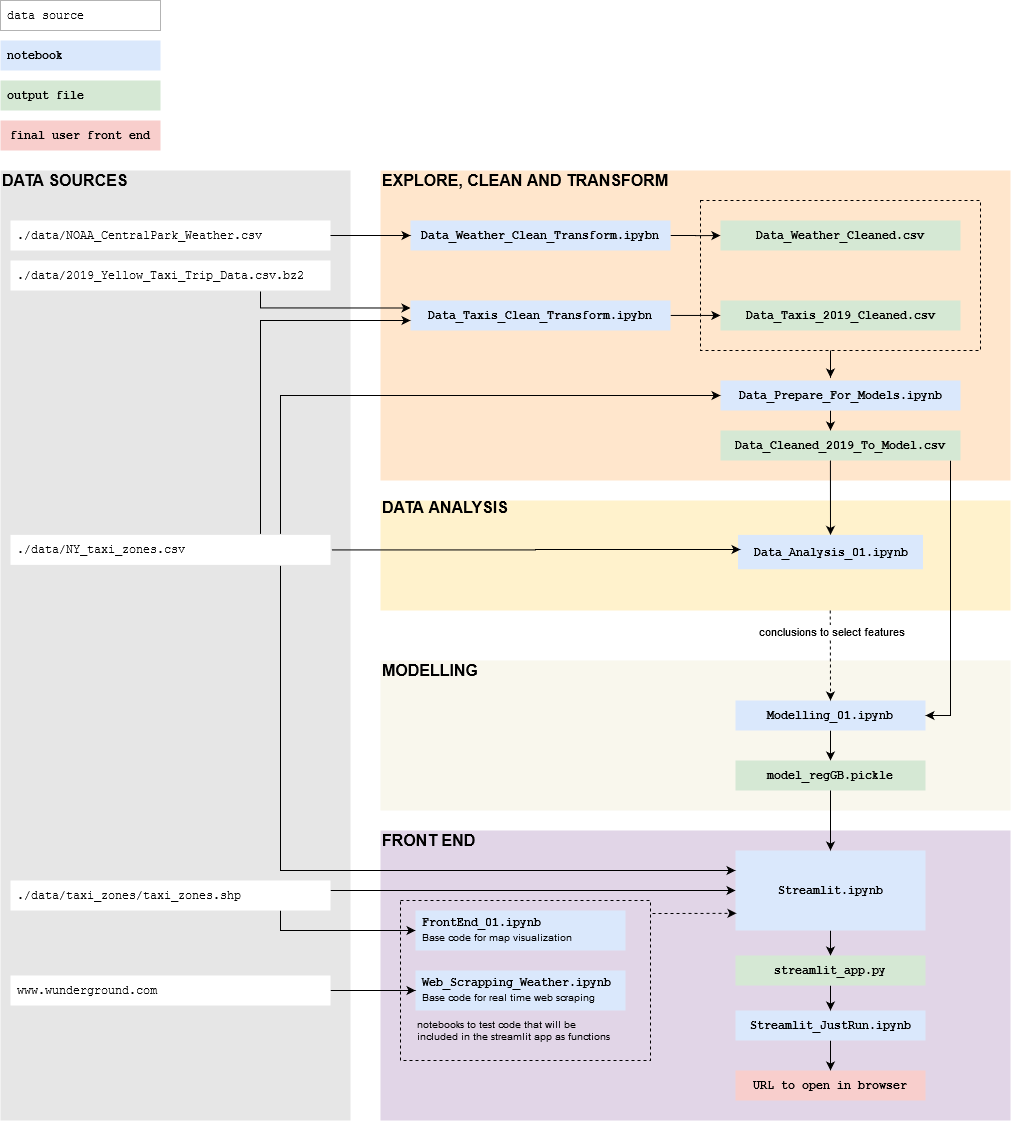
Earlier version of the draw.io export img/Methodology_Diagram.png (angelrps/MasterDataScience_FinalProject). Source tidied: cells renumbered, new cells last; positions are measured from the earlier drawing's top-left corner, leaving out a move shared by most shapes.
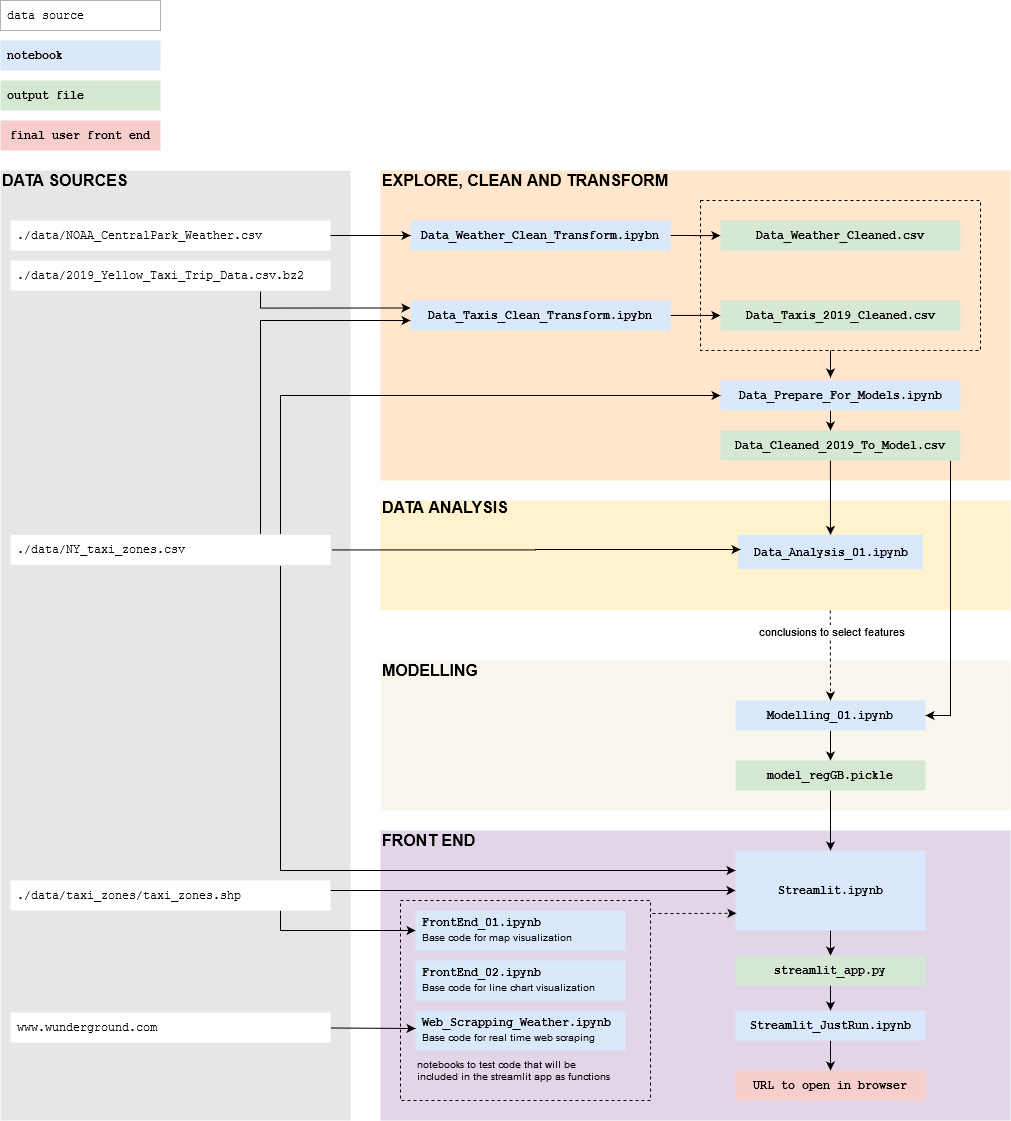
After the commit.

Commit message:
Methodology_Diagram image updated

Diff of the diagram source:
```diff
@@ -9,7 +9,7 @@
       <mxGeometry x="380" y="830" width="630" height="290" as="geometry" />
     </mxCell>
     <mxCell id="4" style="rounded=0;whiteSpace=wrap;html=1;fontFamily=Helvetica;align=left;fillColor=none;dashed=1;" parent="1" vertex="1">
-      <mxGeometry x="400" y="900" width="250" height="160" as="geometry" />
+      <mxGeometry x="400" y="900" width="250" height="200" as="geometry" />
     </mxCell>
     <mxCell id="5" value="&lt;div align=&quot;center&quot;&gt;&lt;br&gt;&lt;/div&gt;" style="rounded=0;whiteSpace=wrap;html=1;fontFamily=Courier New;fillColor=#ffe6cc;strokeColor=none;" parent="1" vertex="1">
       <mxGeometry x="380" y="170" width="630" height="310" as="geometry" />
@@ -80,7 +80,7 @@
       <mxGeometry x="415" y="910" width="210" height="40" as="geometry" />
     </mxCell>
     <mxCell id="20" value="&lt;div&gt;&lt;b&gt;&lt;span&gt;Web_Scrapping_Weather.ipynb&lt;/span&gt;&lt;/b&gt;&lt;/div&gt;&lt;div&gt;&lt;span&gt;&lt;font style=&quot;font-size: 10px&quot; face=&quot;Helvetica&quot;&gt;Base code for real time web scraping&lt;/font&gt;&lt;/span&gt;&lt;/div&gt;" style="text;html=1;fillColor=#dae8fc;align=left;verticalAlign=middle;whiteSpace=wrap;rounded=0;fontFamily=Courier New;spacingLeft=5;" parent="1" vertex="1">
-      <mxGeometry x="415" y="970" width="210" height="40" as="geometry" />
+      <mxGeometry x="415" y="1010" width="210" height="40" as="geometry" />
     </mxCell>
     <mxCell id="21" style="edgeStyle=orthogonalEdgeStyle;rounded=0;jettySize=auto;html=1;entryX=0.5;entryY=0;entryDx=0;entryDy=0;fontFamily=Helvetica;fontSize=11;align=center;" parent="1" edge="1" source="22" target="53">
       <mxGeometry relative="1" as="geometry" />
@@ -215,21 +215,22 @@
       <mxGeometry x="735" y="1070" width="190" height="30" as="geometry" />
     </mxCell>
     <mxCell id="54" value="notebooks to test code that will be included in the streamlit app as functions" style="text;html=1;strokeColor=none;fillColor=none;align=left;verticalAlign=middle;whiteSpace=wrap;rounded=0;shadow=0;glass=0;sketch=0;fontFamily=Helvetica;fontSize=10;" parent="1" vertex="1">
-      <mxGeometry x="415" y="1020" width="200" height="20" as="geometry" />
+      <mxGeometry x="415" y="1060" width="200" height="20" as="geometry" />
     </mxCell>
     <mxCell id="55" value="DATA SOURCES" style="text;strokeColor=none;fillColor=none;align=left;verticalAlign=middle;whiteSpace=wrap;rounded=0;fontFamily=Helvetica;fontStyle=1;fontSize=16;shadow=0;sketch=0;labelBackgroundColor=none;labelBorderColor=none;html=1;" parent="1" vertex="1">
       <mxGeometry y="170" width="280" height="20" as="geometry" />
     </mxCell>
-    <mxCell id="56" style="edgeStyle=orthogonalEdgeStyle;rounded=0;jettySize=auto;html=1;entryX=0;entryY=0.5;entryDx=0;entryDy=0;fontFamily=Helvetica;fontSize=10;align=center;" parent="1" edge="1" source="57" target="20">
+    <mxCell id="56" style="edgeStyle=orthogonalEdgeStyle;rounded=0;orthogonalLoop=1;jettySize=auto;html=1;fontFamily=Helvetica;fontSize=10;align=center;" parent="1" edge="1">
       <mxGeometry relative="1" as="geometry">
+        <mxPoint x="330" y="1027.5" as="sourcePoint" />
+        <mxPoint x="415" y="1028" as="targetPoint" />
         <Array as="points">
-          <mxPoint x="340" y="990" />
-          <mxPoint x="340" y="990" />
+          <mxPoint x="415" y="1027.5" />
         </Array>
       </mxGeometry>
     </mxCell>
     <mxCell id="57" value="www.wunderground.com" style="text;html=1;align=left;verticalAlign=middle;whiteSpace=wrap;rounded=0;fontFamily=Courier New;fillColor=#ffffff;spacingLeft=5;" parent="1" vertex="1">
-      <mxGeometry x="10" y="975" width="320" height="30" as="geometry" />
+      <mxGeometry x="10" y="1012" width="320" height="30" as="geometry" />
     </mxCell>
     <mxCell id="58" value="data source" style="text;html=1;align=left;verticalAlign=middle;whiteSpace=wrap;rounded=0;fontFamily=Courier New;fillColor=#ffffff;spacingLeft=5;strokeColor=#B3B3B3;" parent="1" vertex="1">
       <mxGeometry width="160" height="30" as="geometry" />
@@ -243,5 +244,8 @@
     <mxCell id="61" value="final user front end" style="text;html=1;fillColor=#f8cecc;align=center;verticalAlign=middle;whiteSpace=wrap;rounded=0;fontFamily=Courier New;fontStyle=1;" parent="1" vertex="1">
       <mxGeometry y="120" width="160" height="30" as="geometry" />
     </mxCell>
+    <mxCell id="62" value="&lt;div&gt;&lt;b&gt;&lt;span&gt;FrontEnd_02.ipynb&lt;/span&gt;&lt;/b&gt;&lt;/div&gt;&lt;div&gt;&lt;font style=&quot;font-size: 10px&quot; face=&quot;Helvetica&quot;&gt;Base code for line chart visualization&lt;/font&gt;&lt;br&gt;&lt;/div&gt;" style="text;html=1;fillColor=#dae8fc;align=left;verticalAlign=middle;whiteSpace=wrap;rounded=0;fontFamily=Courier New;spacingLeft=5;" parent="1" vertex="1">
+      <mxGeometry x="415" y="960" width="210" height="40" as="geometry" />
+    </mxCell>
   </root>
 </mxGraphModel>
```
